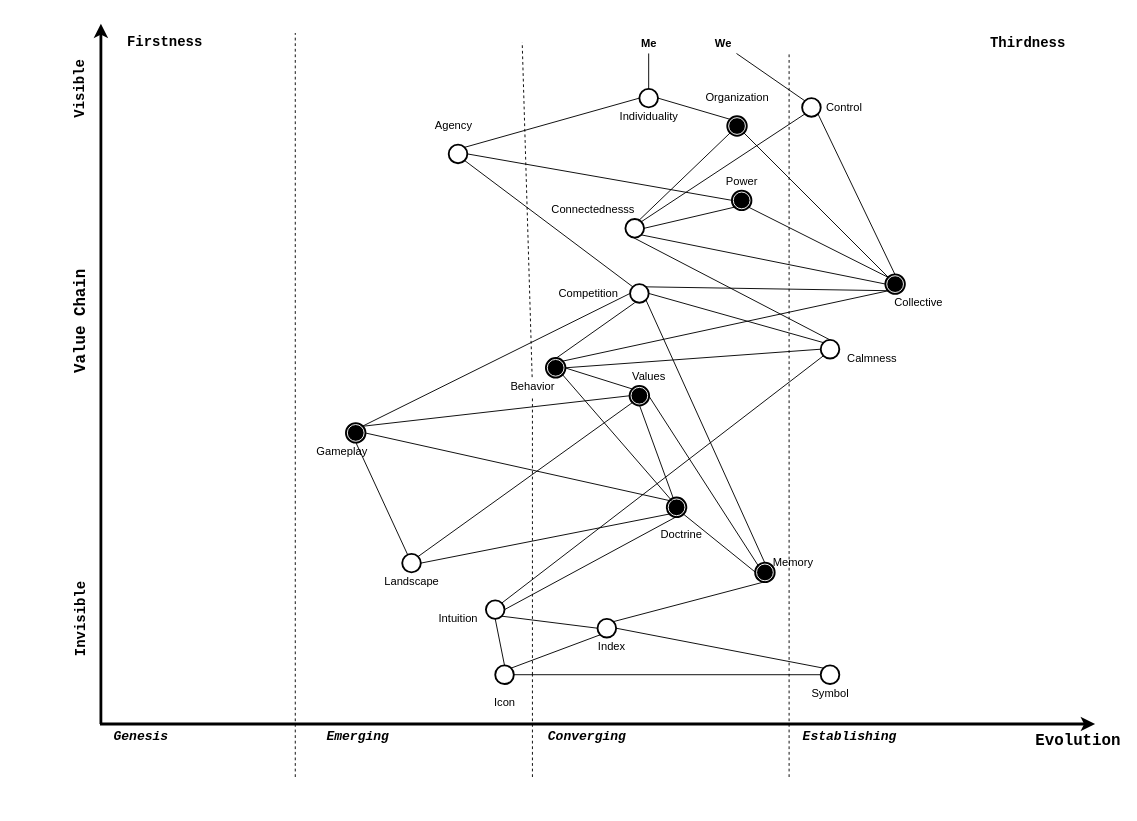
Earlier version of the draw.io diagram wardley_map.drawio (codeaudit/1). Source tidied: cells renumbered, new cells numbered last; positions are measured from the earlier drawing's top-left corner, leaving out a move shared by most shapes. Both pictures are drawn from the tidied source at 93%, with x=0, y=0 at pixel (20, 23).
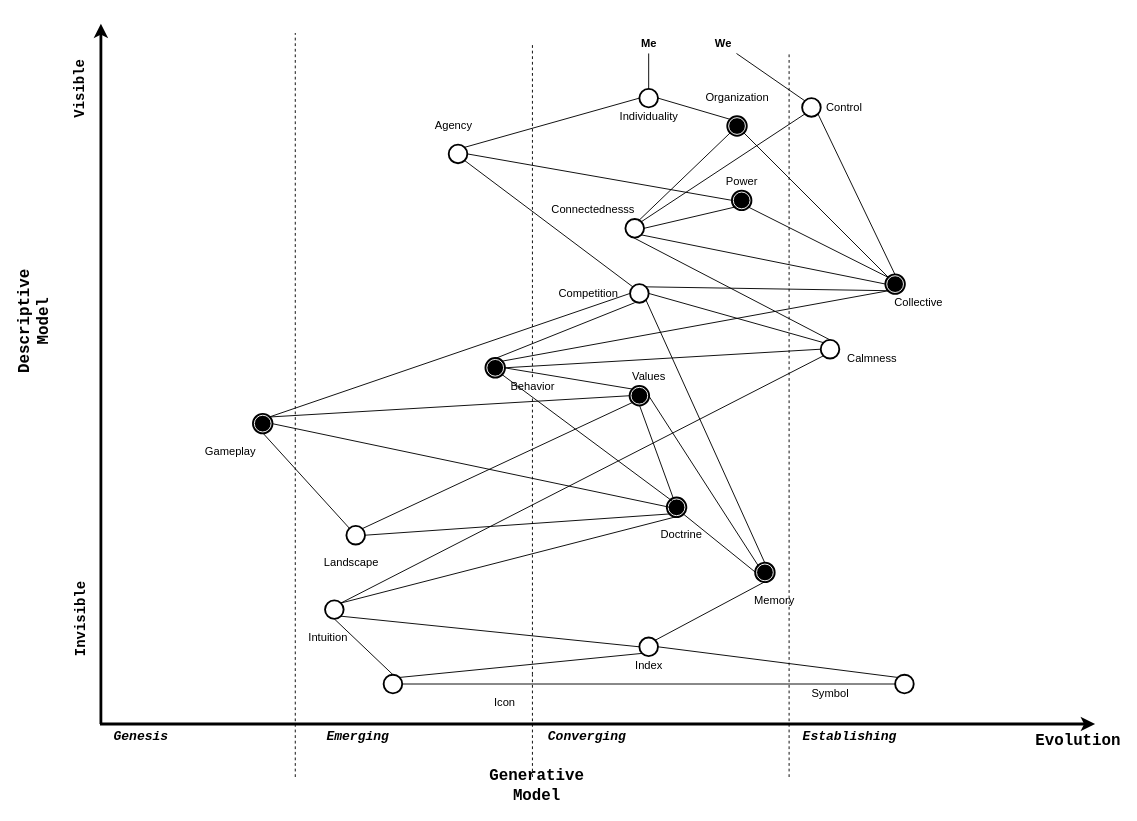
The same page after the edit.

The change refers to these unchanged cells:
```xml
<mxCell id="37" style="shape=mxgraph.bpmn.shape;html=1;verticalLabelPosition=bottom;labelBackgroundColor=#ffffff;verticalAlign=top;align=center;perimeter=ellipsePerimeter;outlineConnect=0;outline=end;symbol=terminate;rotation=0;fontStyle=1;" parent="1" vertex="1">
  <mxGeometry x="695" y="510" width="20" height="20" as="geometry" />
</mxCell>
<mxCell id="91" value="Behavior" style="text;html=1;align=center;verticalAlign=middle;points=[];" parent="1" vertex="1">
  <mxGeometry x="520" y="380" width="60" height="20" as="geometry" />
</mxCell>
```

The edit, as a diff of the source:
```diff
@@
     <mxCell id="3" style="endArrow=none;dashed=1;html=1;strokeWidth=1;fontSize=26;strokeColor=#000000;" parent="1" edge="1" source="91">
       <mxGeometry relative="1" as="geometry">
-        <mxPoint x="539" y="20" as="targetPoint" />
+        <mxPoint x="550" y="20" as="targetPoint" />
       </mxGeometry>
     </mxCell>
@@
-    <mxCell id="12" value="Firstness" style="text;html=1;strokeColor=none;fillColor=none;align=center;verticalAlign=middle;whiteSpace=wrap;rounded=0;shadow=0;glass=0;comic=0;fontFamily=Courier New;fontSize=15;fontStyle=1;" parent="1" vertex="1">
-      <mxGeometry x="100" y="10" width="110" height="20" as="geometry" />
-    </mxCell>
-    <mxCell id="13" value="Thirdness" style="text;html=1;strokeColor=none;fillColor=none;align=center;verticalAlign=middle;whiteSpace=wrap;rounded=0;shadow=0;glass=0;comic=0;fontFamily=Courier New;fontSize=15;fontStyle=1;" parent="1" vertex="1">
-      <mxGeometry x="1028" y="12" width="110" height="20" as="geometry" />
-    </mxCell>
-    <mxCell id="14" value="Value Chain" style="text;html=1;strokeColor=none;fillColor=none;align=center;verticalAlign=middle;whiteSpace=wrap;rounded=0;shadow=0;glass=0;comic=0;fontFamily=Courier New;fontSize=17;fontStyle=1;rotation=-90;" parent="1" vertex="1">
-      <mxGeometry y="310" width="130" height="20" as="geometry" />
+    <mxCell id="14" value="Descriptive Model" style="text;html=1;strokeColor=none;fillColor=none;align=center;verticalAlign=middle;whiteSpace=wrap;rounded=0;shadow=0;glass=0;comic=0;fontFamily=Courier New;fontSize=17;fontStyle=1;rotation=-90;" parent="1" vertex="1">
+      <mxGeometry x="-50" y="310" width="130" height="20" as="geometry" />
     </mxCell>
@@
     <mxCell id="33" style="shape=mxgraph.bpmn.shape;html=1;verticalLabelPosition=bottom;labelBackgroundColor=#ffffff;verticalAlign=top;align=center;perimeter=ellipsePerimeter;outlineConnect=0;outline=end;symbol=terminate;rotation=0;fontStyle=1;" parent="1" vertex="1">
-      <mxGeometry x="565" y="360" width="20" height="20" as="geometry" />
+      <mxGeometry x="500" y="360" width="20" height="20" as="geometry" />
     </mxCell>
@@
     <mxCell id="35" style="shape=mxgraph.bpmn.shape;html=1;verticalLabelPosition=bottom;labelBackgroundColor=#ffffff;verticalAlign=top;align=center;perimeter=ellipsePerimeter;outlineConnect=0;outline=end;symbol=terminate;rotation=0;fontStyle=1;" parent="1" vertex="1">
-      <mxGeometry x="350" y="430" width="20" height="20" as="geometry" />
+      <mxGeometry x="250" y="420" width="20" height="20" as="geometry" />
     </mxCell>
     <mxCell id="36" value="Gameplay" style="text;html=1;align=center;verticalAlign=middle;" parent="1" vertex="1">
-      <mxGeometry x="310" y="450" width="70" height="20" as="geometry" />
+      <mxGeometry x="190" y="450" width="70" height="20" as="geometry" />
     </mxCell>
@@
     <mxCell id="39" style="ellipse;whiteSpace=wrap;html=1;strokeColor=#000000;fillColor=#ffffff;fontFamily=Helvetica;fontSize=13;align=center;strokeWidth=2;" parent="1" vertex="1">
-      <mxGeometry x="500" y="620" width="20" height="20" as="geometry" />
+      <mxGeometry x="327" y="620" width="20" height="20" as="geometry" />
     </mxCell>
     <mxCell id="40" value="Intuition" style="text;html=1;align=center;verticalAlign=middle;" parent="1" vertex="1">
-      <mxGeometry x="440" y="630" width="60" height="20" as="geometry" />
+      <mxGeometry x="300" y="650" width="60" height="20" as="geometry" />
     </mxCell>
     <mxCell id="41" style="ellipse;whiteSpace=wrap;html=1;strokeColor=#000000;fillColor=#ffffff;fontFamily=Helvetica;fontSize=13;align=center;strokeWidth=2;" parent="1" vertex="1">
-      <mxGeometry x="620" y="640" width="20" height="20" as="geometry" />
+      <mxGeometry x="665" y="660" width="20" height="20" as="geometry" />
     </mxCell>
     <mxCell id="42" value="Landscape" style="text;html=1;align=center;verticalAlign=middle;" parent="1" vertex="1">
-      <mxGeometry x="385" y="590" width="70" height="20" as="geometry" />
+      <mxGeometry x="320" y="570" width="70" height="20" as="geometry" />
     </mxCell>
     <mxCell id="43" style="ellipse;whiteSpace=wrap;html=1;strokeColor=#000000;fillColor=#ffffff;fontFamily=Helvetica;fontSize=13;align=center;strokeWidth=2;" parent="1" vertex="1">
-      <mxGeometry x="860" y="690" width="20" height="20" as="geometry" />
+      <mxGeometry x="940" y="700" width="20" height="20" as="geometry" />
     </mxCell>
@@
     <mxCell id="45" style="ellipse;whiteSpace=wrap;html=1;strokeColor=#000000;fillColor=#ffffff;fontFamily=Helvetica;fontSize=13;align=center;strokeWidth=2;" parent="1" vertex="1">
-      <mxGeometry x="510" y="690" width="20" height="20" as="geometry" />
+      <mxGeometry x="390" y="700" width="20" height="20" as="geometry" />
     </mxCell>
@@
     <mxCell id="48" value="Memory" style="text;html=1;align=center;verticalAlign=middle;" parent="1" vertex="1">
-      <mxGeometry x="800" y="570" width="60" height="20" as="geometry" />
+      <mxGeometry x="780" y="610" width="60" height="20" as="geometry" />
     </mxCell>
@@
-    <mxCell id="51" style="endArrow=none;html=1;strokeColor=#000000;strokeWidth=1;fontFamily=Courier New;fontSize=14;fontColor=#000000;entryX=1;entryY=0.5;entryDx=0;entryDy=0;exitX=0.145;exitY=0.145;exitDx=0;exitDy=0;exitPerimeter=0;" parent="1" edge="1" source="37" target="35">
+    <mxCell id="51" style="endArrow=none;html=1;strokeColor=#000000;strokeWidth=1;fontFamily=Courier New;fontSize=14;fontColor=#000000;entryX=1;entryY=0.5;entryDx=0;entryDy=0;exitX=0.145;exitY=0.5;exitDx=0;exitDy=0;exitPerimeter=0;" parent="1" edge="1" source="37" target="35">
       <mxGeometry relative="1" as="geometry" />
     </mxCell>
@@
-    <mxCell id="76" style="endArrow=none;html=1;strokeColor=#000000;strokeWidth=1;fontFamily=Courier New;fontSize=14;fontColor=#000000;exitX=0.5;exitY=1;exitDx=0;exitDy=0;" parent="1" edge="1" source="37">
-      <mxGeometry relative="1" as="geometry">
-        <mxPoint x="520" y="630" as="targetPoint" />
-      </mxGeometry>
+    <mxCell id="76" style="endArrow=none;html=1;strokeColor=#000000;strokeWidth=1;fontFamily=Courier New;fontSize=14;fontColor=#000000;exitX=0.5;exitY=1;exitDx=0;exitDy=0;entryX=1;entryY=0;entryDx=0;entryDy=0;" parent="1" edge="1" source="37" target="39">
+      <mxGeometry relative="1" as="geometry" />
     </mxCell>
@@
     <mxCell id="79" value="Index" style="text;html=1;align=center;verticalAlign=middle;" parent="1" vertex="1">
-      <mxGeometry x="615" y="660" width="40" height="20" as="geometry" />
+      <mxGeometry x="655" y="680" width="40" height="20" as="geometry" />
     </mxCell>
@@
     <mxCell id="89" style="ellipse;whiteSpace=wrap;html=1;strokeColor=#000000;fillColor=#ffffff;fontFamily=Helvetica;fontSize=13;align=center;strokeWidth=2;" parent="1" vertex="1">
-      <mxGeometry x="410" y="570" width="20" height="20" as="geometry" />
+      <mxGeometry x="350" y="540" width="20" height="20" as="geometry" />
     </mxCell>
@@
+    <mxCell id="98" value="Generative&lt;br&gt;Model" style="text;html=1;strokeColor=none;fillColor=none;align=center;verticalAlign=middle;whiteSpace=wrap;rounded=0;shadow=0;glass=0;comic=0;fontFamily=Courier New;fontSize=17;fontStyle=1;rotation=0;" parent="1" vertex="1">
+      <mxGeometry x="490" y="810" width="130" height="20" as="geometry" />
+    </mxCell>
```
